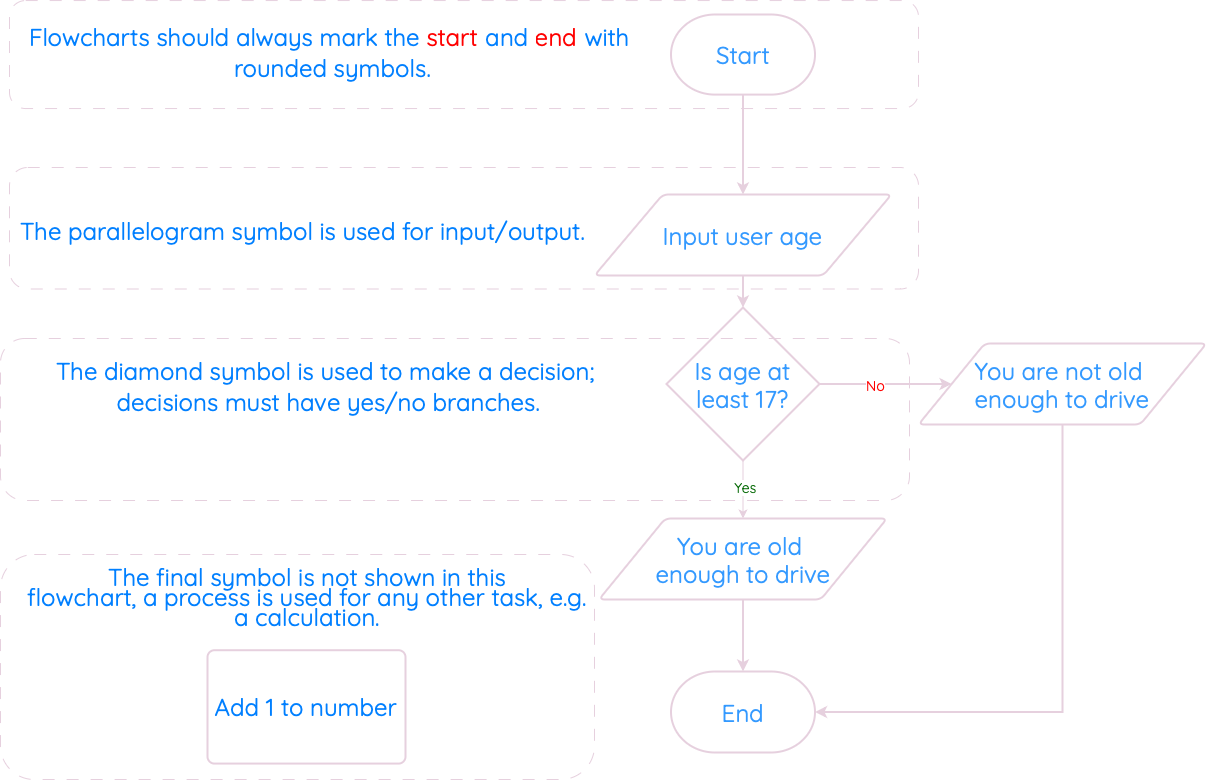
Mr-Wood-CS/National-5-CS keeps this draw.io diagram as docs/Images/Flowchart-Example1.png. Above is the earlier version. Source tidied: cells renumbered, new cells last; positions are measured from the earlier drawing's top-left corner, leaving out a move shared by most shapes.
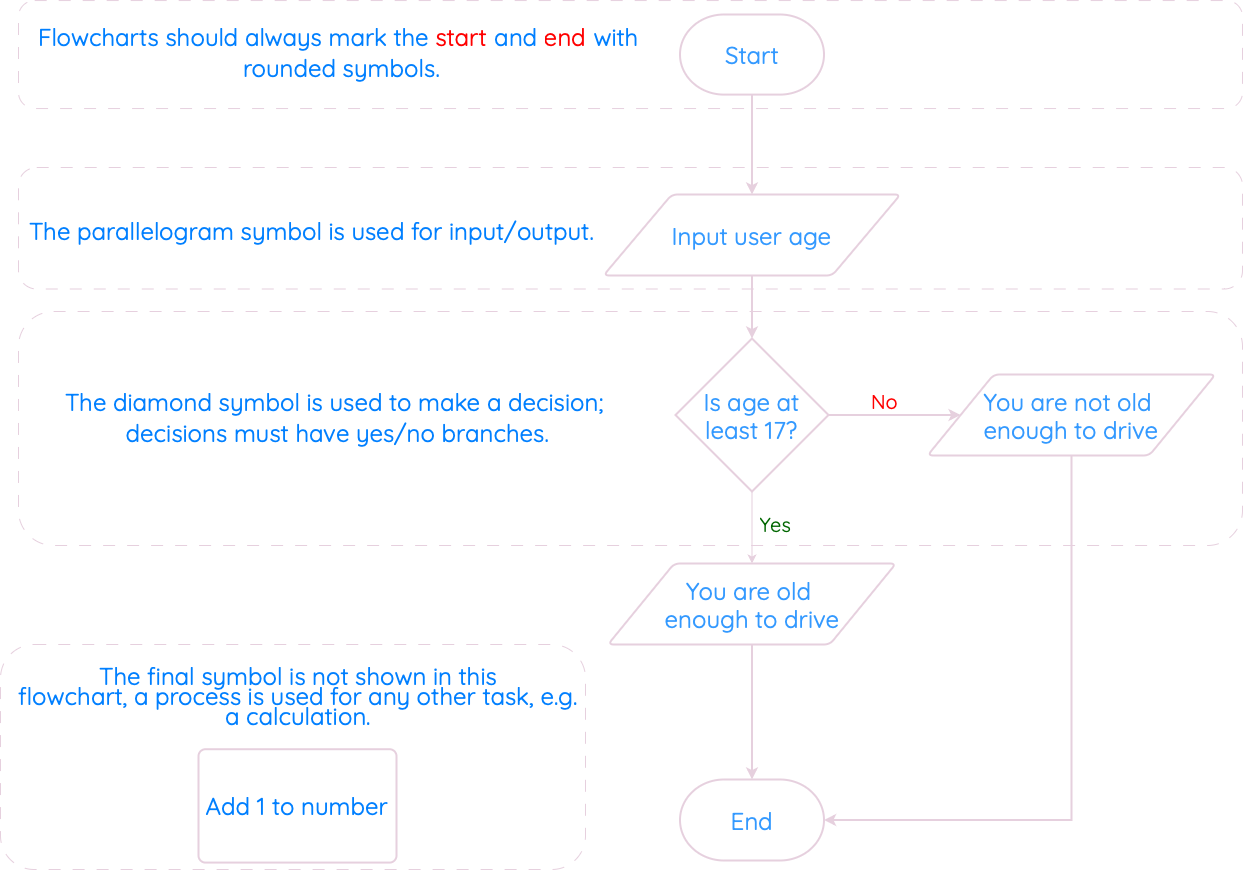
Later version of the same file.

Change to the diagram source:
```diff
@@ -8,8 +8,10 @@
     <mxCell id="3" style="edgeStyle=orthogonalEdgeStyle;rounded=0;jettySize=auto;html=1;exitX=1;exitY=0.5;exitDx=0;exitDy=0;exitPerimeter=0;strokeColor=#E6D0DE;strokeWidth=2;" parent="1" edge="1" source="8" target="11">
       <mxGeometry relative="1" as="geometry" />
     </mxCell>
-    <mxCell id="4" value="&lt;font face=&quot;Quicksand&quot; style=&quot;font-size: 14px;&quot;&gt;No&lt;/font&gt;" style="edgeLabel;html=1;align=center;verticalAlign=middle;fontColor=#FF0000;fontStyle=0;" parent="3" vertex="1">
-      <mxGeometry x="-0.17" y="-1" relative="1" as="geometry" />
+    <mxCell id="4" value="&lt;font face=&quot;Quicksand&quot;&gt;No&lt;/font&gt;" style="edgeLabel;html=1;align=center;verticalAlign=middle;fontColor=#FF0000;fontStyle=0;fontSize=20;labelBackgroundColor=none;" parent="3" vertex="1">
+      <mxGeometry x="-0.17" y="-1" relative="1" as="geometry">
+        <mxPoint y="-14" as="offset" />
+      </mxGeometry>
     </mxCell>
     <mxCell id="5" value="&lt;span style=&quot;caret-color: rgb(51, 153, 255); color: rgb(51, 153, 255); font-family: Quicksand; font-size: 24px; font-style: normal; font-variant-caps: normal; font-weight: 400; letter-spacing: normal; text-align: center; text-indent: 0px; text-transform: none; white-space: normal; word-spacing: 0px; -webkit-text-stroke-width: 0px; text-decoration: none; float: none; display: inline !important;&quot;&gt;Input user age&lt;/span&gt;" style="shape=parallelogram;html=1;strokeWidth=2;perimeter=parallelogramPerimeter;whiteSpace=wrap;rounded=1;arcSize=12;size=0.23;strokeColor=#E6D0DE;fillColor=none;" parent="1" vertex="1">
       <mxGeometry x="594" y="194" width="297" height="81" as="geometry" />
@@ -17,20 +19,22 @@
     <mxCell id="6" style="edgeStyle=orthogonalEdgeStyle;rounded=0;jettySize=auto;html=1;exitX=0.5;exitY=1;exitDx=0;exitDy=0;exitPerimeter=0;entryX=0.5;entryY=0;entryDx=0;entryDy=0;strokeColor=#E6D0DE;" parent="1" edge="1" source="8" target="9">
       <mxGeometry relative="1" as="geometry" />
     </mxCell>
-    <mxCell id="7" value="&lt;font face=&quot;Quicksand&quot; style=&quot;font-size: 14px;&quot;&gt;Yes&lt;/font&gt;" style="edgeLabel;html=1;align=center;verticalAlign=middle;fontColor=#006600;fontStyle=0;" parent="6" vertex="1">
-      <mxGeometry x="-0.1" y="2" relative="1" as="geometry" />
+    <mxCell id="7" value="&lt;font face=&quot;Quicksand&quot; style=&quot;font-size: 20px;&quot;&gt;Yes&lt;/font&gt;" style="edgeLabel;html=1;align=center;verticalAlign=middle;fontColor=#006600;fontStyle=0;labelBackgroundColor=none;" parent="6" vertex="1">
+      <mxGeometry x="-0.1" y="2" relative="1" as="geometry">
+        <mxPoint x="21" as="offset" />
+      </mxGeometry>
     </mxCell>
     <mxCell id="8" value="&lt;span style=&quot;caret-color: rgb(51, 153, 255); color: rgb(51, 153, 255); font-family: Quicksand; font-size: 24px; font-style: normal; font-variant-caps: normal; font-weight: 400; letter-spacing: normal; text-align: center; text-indent: 0px; text-transform: none; white-space: normal; word-spacing: 0px; -webkit-text-stroke-width: 0px; text-decoration: none; float: none; display: inline !important;&quot;&gt;Is age at least 17?&lt;/span&gt;" style="strokeWidth=2;html=1;shape=mxgraph.flowchart.decision;whiteSpace=wrap;fillColor=none;strokeColor=#E6D0DE;" parent="1" vertex="1">
-      <mxGeometry x="666" y="307" width="153" height="153" as="geometry" />
+      <mxGeometry x="666" y="338" width="153" height="153" as="geometry" />
     </mxCell>
     <mxCell id="9" value="&lt;span style=&quot;caret-color: rgb(51, 153, 255); color: rgb(51, 153, 255); font-family: Quicksand; font-size: 24px; font-style: normal; font-variant-caps: normal; font-weight: 400; letter-spacing: normal; text-align: center; text-indent: 0px; text-transform: none; white-space: normal; word-spacing: 0px; -webkit-text-stroke-width: 0px; text-decoration: none; float: none; display: inline !important;&quot;&gt;You are old&amp;nbsp;&lt;/span&gt;&lt;div&gt;&lt;span style=&quot;caret-color: rgb(51, 153, 255); color: rgb(51, 153, 255); font-family: Quicksand; font-size: 24px;&quot;&gt;enough&amp;nbsp;&lt;/span&gt;&lt;span style=&quot;caret-color: rgb(51, 153, 255); color: rgb(51, 153, 255); font-family: Quicksand; font-size: 24px;&quot;&gt;to drive&lt;/span&gt;&lt;/div&gt;" style="shape=parallelogram;html=1;strokeWidth=2;perimeter=parallelogramPerimeter;whiteSpace=wrap;rounded=1;arcSize=12;size=0.23;strokeColor=#E6D0DE;fillColor=none;" parent="1" vertex="1">
-      <mxGeometry x="598.5" y="518" width="288" height="81" as="geometry" />
+      <mxGeometry x="598.5" y="563" width="288" height="81" as="geometry" />
     </mxCell>
     <mxCell id="10" value="&lt;span style=&quot;caret-color: rgb(51, 153, 255); color: rgb(51, 153, 255); font-family: Quicksand; font-size: 24px; font-style: normal; font-variant-caps: normal; font-weight: 400; letter-spacing: normal; text-align: center; text-indent: 0px; text-transform: none; white-space: normal; word-spacing: 0px; -webkit-text-stroke-width: 0px; text-decoration: none; float: none; display: inline !important;&quot;&gt;End&lt;/span&gt;" style="strokeWidth=2;html=1;shape=mxgraph.flowchart.terminator;whiteSpace=wrap;strokeColor=#E6D0DE;fillColor=none;" parent="1" vertex="1">
-      <mxGeometry x="670.5" y="671" width="144" height="81" as="geometry" />
+      <mxGeometry x="670.5" y="779" width="144" height="81" as="geometry" />
     </mxCell>
     <mxCell id="11" value="&lt;span style=&quot;caret-color: rgb(51, 153, 255); color: rgb(51, 153, 255); font-family: Quicksand; font-size: 24px; font-style: normal; font-variant-caps: normal; font-weight: 400; letter-spacing: normal; text-align: center; text-indent: 0px; text-transform: none; white-space: normal; word-spacing: 0px; -webkit-text-stroke-width: 0px; text-decoration: none; float: none; display: inline !important;&quot;&gt;You are not old&amp;nbsp;&lt;/span&gt;&lt;div&gt;&lt;span style=&quot;caret-color: rgb(51, 153, 255); color: rgb(51, 153, 255); font-family: Quicksand; font-size: 24px;&quot;&gt;enough&amp;nbsp;&lt;/span&gt;&lt;span style=&quot;caret-color: rgb(51, 153, 255); color: rgb(51, 153, 255); font-family: Quicksand; font-size: 24px;&quot;&gt;to drive&lt;/span&gt;&lt;/div&gt;" style="shape=parallelogram;html=1;strokeWidth=2;perimeter=parallelogramPerimeter;whiteSpace=wrap;rounded=1;arcSize=12;size=0.23;strokeColor=#E6D0DE;fillColor=none;" parent="1" vertex="1">
-      <mxGeometry x="918" y="343" width="288" height="81" as="geometry" />
+      <mxGeometry x="918" y="374" width="288" height="81" as="geometry" />
     </mxCell>
     <mxCell id="12" style="edgeStyle=orthogonalEdgeStyle;rounded=0;jettySize=auto;html=1;exitX=0.5;exitY=1;exitDx=0;exitDy=0;entryX=0.5;entryY=0;entryDx=0;entryDy=0;entryPerimeter=0;strokeColor=#E6D0DE;strokeWidth=2;" parent="1" edge="1" source="5" target="8">
       <mxGeometry relative="1" as="geometry" />
@@ -45,10 +49,10 @@
       <mxGeometry x="18" y="216.5" width="612" height="36" as="geometry" />
     </mxCell>
     <mxCell id="16" value="&lt;p style=&quot;text-align: center; margin: 0cm 0cm 8pt; line-height: 15.693334px;&quot; class=&quot;MsoNormal&quot;&gt;&lt;font face=&quot;Quicksand&quot; color=&quot;#007fff&quot; style=&quot;font-size: 24px;&quot;&gt;The diamond symbol is used to make a&amp;nbsp;decision;&amp;nbsp;&lt;/font&gt;&lt;/p&gt;&lt;p style=&quot;text-align: center; margin: 0cm 0cm 8pt; line-height: 15.693334px;&quot; class=&quot;MsoNormal&quot;&gt;&lt;font face=&quot;Quicksand&quot; color=&quot;#007fff&quot; style=&quot;font-size: 24px;&quot;&gt;decisions must have yes/no branches.&lt;/font&gt;&lt;font face=&quot;Calibri, sans-serif&quot;&gt;&lt;span style=&quot;font-size: 11pt;&quot;&gt;&lt;/span&gt;&lt;/font&gt;&lt;/p&gt;" style="text;whiteSpace=wrap;html=1;" parent="1" vertex="1">
-      <mxGeometry x="54" y="356.5" width="576" height="54" as="geometry" />
+      <mxGeometry x="54" y="387.5" width="576" height="54" as="geometry" />
     </mxCell>
     <mxCell id="17" style="group;strokeColor=none;dashed=1;strokeWidth=2;" parent="1" vertex="1">
-      <mxGeometry x="18" y="563" width="576" height="220.5" as="geometry" />
+      <mxGeometry y="662" width="576" height="220.5" as="geometry" />
     </mxCell>
     <mxCell id="18" value="&lt;p style=&quot;text-align: center; margin: 0cm 0cm 8pt; line-height: 15.693334px;&quot; class=&quot;MsoNormal&quot;&gt;&lt;font color=&quot;#007fff&quot; style=&quot;font-size: 24px;&quot; face=&quot;Quicksand&quot;&gt;The final symbol is not shown in this flowchart,&amp;nbsp;a&amp;nbsp;process&amp;nbsp;is used for any other task, e.g. a calculation.&lt;/font&gt;&lt;font style=&quot;font-size: 11pt;&quot; face=&quot;Calibri, sans-serif&quot;&gt;&lt;/font&gt;&lt;/p&gt;" style="text;whiteSpace=wrap;html=1;" parent="17" vertex="1">
       <mxGeometry width="576" height="86.7" as="geometry" />
@@ -62,17 +66,17 @@
     <mxCell id="21" value="&lt;p style=&quot;text-align: center; margin: 0cm 0cm 8pt; line-height: 15.693334px;&quot; class=&quot;MsoNormal&quot;&gt;&lt;font color=&quot;#007fff&quot; face=&quot;Quicksand&quot; style=&quot;font-size: 24px;&quot;&gt;Flowcharts should always mark the&amp;nbsp;&lt;/font&gt;&lt;font face=&quot;Quicksand&quot; style=&quot;font-size: 24px;&quot;&gt;&lt;font color=&quot;#ff0000&quot;&gt;start&lt;/font&gt;&lt;b style=&quot;color: rgb(0, 127, 255);&quot;&gt;&amp;nbsp;&lt;/b&gt;&lt;font color=&quot;#007fff&quot;&gt;and&amp;nbsp;&lt;/font&gt;&lt;font color=&quot;#ff0000&quot;&gt;end&lt;/font&gt;&lt;b style=&quot;color: rgb(0, 127, 255);&quot;&gt;&amp;nbsp;&lt;/b&gt;&lt;font color=&quot;#007fff&quot;&gt;with&amp;nbsp;&lt;/font&gt;&lt;/font&gt;&lt;/p&gt;&lt;p style=&quot;text-align: center; margin: 0cm 0cm 8pt; line-height: 15.693334px;&quot; class=&quot;MsoNormal&quot;&gt;&lt;font face=&quot;Quicksand&quot; style=&quot;font-size: 24px;&quot;&gt;&lt;font color=&quot;#007fff&quot;&gt;rounded symbols.&lt;/font&gt;&lt;/font&gt;&lt;font face=&quot;Calibri, sans-serif&quot;&gt;&lt;span style=&quot;font-size: 11pt;&quot;&gt;&lt;/span&gt;&lt;/font&gt;&lt;/p&gt;" style="text;whiteSpace=wrap;html=1;" parent="1" vertex="1">
       <mxGeometry x="27" y="22.6" width="612" height="63" as="geometry" />
     </mxCell>
+    <mxCell id="25" style="rounded=1;whiteSpace=wrap;html=1;fillColor=none;dashed=1;dashPattern=12 12;strokeColor=#E6D0DE;" parent="1" vertex="1">
+      <mxGeometry x="-9" y="644" width="585" height="225" as="geometry" />
+    </mxCell>
     <mxCell id="22" style="rounded=1;whiteSpace=wrap;html=1;fillColor=none;dashed=1;dashPattern=12 12;strokeColor=#E6D0DE;" parent="1" vertex="1">
-      <mxGeometry x="9" y="0.1" width="909" height="108" as="geometry" />
+      <mxGeometry x="9" width="1224" height="108" as="geometry" />
     </mxCell>
     <mxCell id="23" style="rounded=1;whiteSpace=wrap;html=1;fillColor=none;dashed=1;dashPattern=12 12;strokeColor=#E6D0DE;" parent="1" vertex="1">
-      <mxGeometry x="9" y="167" width="909" height="121.5" as="geometry" />
+      <mxGeometry x="9" y="167" width="1224" height="121.5" as="geometry" />
     </mxCell>
-    <mxCell id="24" style="rounded=1;whiteSpace=wrap;html=1;fillColor=none;dashed=1;dashPattern=12 12;strokeColor=#E6D0DE;" parent="1" vertex="1">
-      <mxGeometry y="338" width="909" height="162" as="geometry" />
-    </mxCell>
-    <mxCell id="25" style="rounded=1;whiteSpace=wrap;html=1;fillColor=none;dashed=1;dashPattern=12 12;strokeColor=#E6D0DE;" parent="1" vertex="1">
-      <mxGeometry y="554" width="594" height="225" as="geometry" />
-    </mxCell>
+    <mxCell id="26" style="rounded=1;whiteSpace=wrap;html=1;fillColor=none;dashed=1;dashPattern=12 12;strokeColor=#E6D0DE;" parent="1" vertex="1">
+      <mxGeometry x="9" y="311" width="1224" height="234" as="geometry" />
+    </mxCell>
   </root>
 </mxGraphModel>
```
